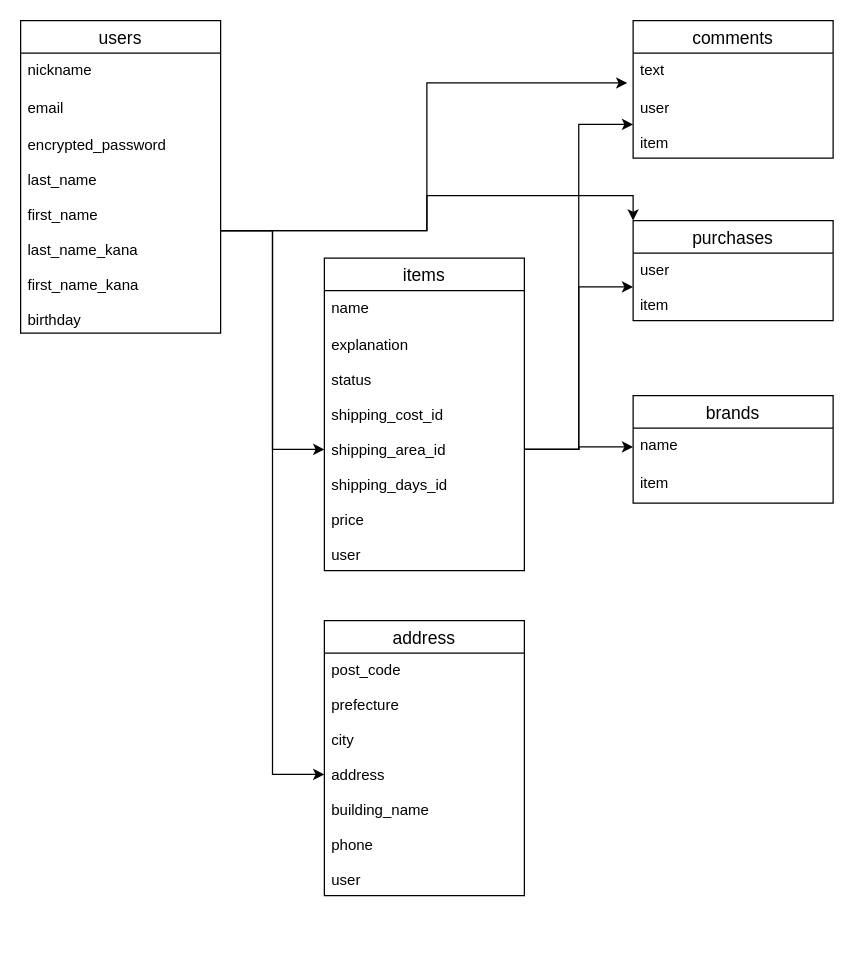
Above: ER.dio in takuyahori/furima-35655 (draw.io), before the change. Source tidied: cells renumbered, new cells numbered last; positions are measured from the earlier drawing's top-left corner, leaving out a move shared by most shapes. Both pictures are drawn from the tidied source at 125%, with x=0, y=0 at pixel (20, 20).
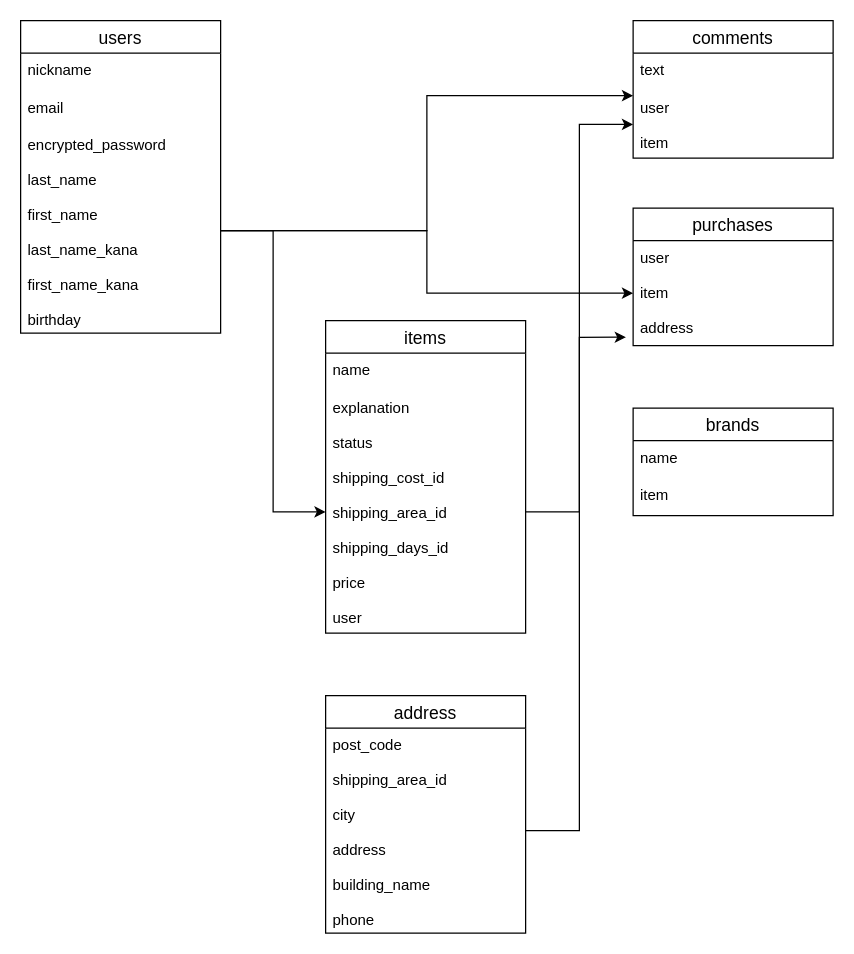
After the change.

Unchanged cells that the change refers to:
```xml
<mxCell id="5" value="encrypted_password&#10;&#10;last_name&#10;&#10;first_name&#10;&#10;last_name_kana&#10;&#10;first_name_kana&#10;&#10;birthday" style="text;strokeColor=none;fillColor=none;spacingLeft=4;spacingRight=4;overflow=hidden;points=[[0,0.5],[1,0.5]];portConstraint=eastwest;fontSize=12;" parent="2" vertex="1">
  <mxGeometry y="86" width="160" height="164" as="geometry" />
</mxCell>
<mxCell id="8" value="explanation&#10;&#10;status&#10;&#10;shipping_cost_id&#10;&#10;shipping_area_id&#10;&#10;shipping_days_id&#10;&#10;price&#10;&#10;user" style="text;strokeColor=none;fillColor=none;spacingLeft=4;spacingRight=4;overflow=hidden;points=[[0,0.5],[1,0.5]];portConstraint=eastwest;fontSize=12;" parent="6" vertex="1">
  <mxGeometry y="56" width="160" height="194" as="geometry" />
</mxCell>
<mxCell id="13" value="user&#10;&#10;item" style="text;strokeColor=none;fillColor=none;spacingLeft=4;spacingRight=4;overflow=hidden;points=[[0,0.5],[1,0.5]];portConstraint=eastwest;fontSize=12;" parent="11" vertex="1">
  <mxGeometry y="56" width="160" height="54" as="geometry" />
</mxCell>
<mxCell id="15" value="name" style="text;strokeColor=none;fillColor=none;spacingLeft=4;spacingRight=4;overflow=hidden;points=[[0,0.5],[1,0.5]];portConstraint=eastwest;fontSize=12;" parent="14" vertex="1">
  <mxGeometry y="26" width="160" height="30" as="geometry" />
</mxCell>
```

Change to the diagram source:
```diff
@@
     <mxCell id="6" value="items" style="swimlane;fontStyle=0;horizontal=1;startSize=26;align=center;fontSize=14;" parent="1" vertex="1">
-      <mxGeometry x="243" y="190" width="160" height="250" as="geometry" />
+      <mxGeometry x="244" y="240" width="160" height="250" as="geometry" />
     </mxCell>
@@
     <mxCell id="9" value="purchases" style="swimlane;fontStyle=0;horizontal=1;startSize=26;align=center;fontSize=14;" parent="1" vertex="1">
-      <mxGeometry x="490" y="160" width="160" height="80" as="geometry" />
+      <mxGeometry x="490" y="150" width="160" height="110" as="geometry" />
     </mxCell>
-    <mxCell id="10" value="user&#10;&#10;item" style="text;strokeColor=none;fillColor=none;spacingLeft=4;spacingRight=4;overflow=hidden;points=[[0,0.5],[1,0.5]];portConstraint=eastwest;fontSize=12;" parent="9" vertex="1">
-      <mxGeometry y="26" width="160" height="54" as="geometry" />
+    <mxCell id="10" value="user&#10;&#10;item&#10;&#10;address" style="text;strokeColor=none;fillColor=none;spacingLeft=4;spacingRight=4;overflow=hidden;points=[[0,0.5],[1,0.5]];portConstraint=eastwest;fontSize=12;" parent="9" vertex="1">
+      <mxGeometry y="26" width="160" height="84" as="geometry" />
     </mxCell>
@@
     <mxCell id="14" value="brands" style="swimlane;fontStyle=0;horizontal=1;startSize=26;align=center;fontSize=14;" parent="1" vertex="1">
-      <mxGeometry x="490" y="300" width="160" height="86" as="geometry" />
+      <mxGeometry x="490" y="310" width="160" height="86" as="geometry" />
     </mxCell>
@@
     <mxCell id="17" value="address" style="swimlane;fontStyle=0;horizontal=1;startSize=26;align=center;fontSize=14;" parent="1" vertex="1">
-      <mxGeometry x="243" y="480" width="160" height="220" as="geometry" />
+      <mxGeometry x="244" y="540" width="160" height="190" as="geometry" />
     </mxCell>
-    <mxCell id="18" value="post_code&#10;&#10;prefecture&#10;&#10;city&#10;&#10;address&#10;&#10;building_name&#10;&#10;phone&#10;&#10;user" style="text;strokeColor=none;fillColor=none;spacingLeft=4;spacingRight=4;overflow=hidden;points=[[0,0.5],[1,0.5]];portConstraint=eastwest;fontSize=12;" parent="17" vertex="1">
-      <mxGeometry y="26" width="160" height="194" as="geometry" />
+    <mxCell id="18" value="post_code&#10;&#10;shipping_area_id&#10;&#10;city&#10;&#10;address&#10;&#10;building_name&#10;&#10;phone" style="text;strokeColor=none;fillColor=none;spacingLeft=4;spacingRight=4;overflow=hidden;points=[[0,0.5],[1,0.5]];portConstraint=eastwest;fontSize=12;" parent="17" vertex="1">
+      <mxGeometry y="26" width="160" height="164" as="geometry" />
     </mxCell>
-    <mxCell id="19" style="edgeStyle=orthogonalEdgeStyle;rounded=0;jettySize=auto;html=1;exitX=1;exitY=0.5;exitDx=0;exitDy=0;entryX=-0.029;entryY=-0.114;entryDx=0;entryDy=0;entryPerimeter=0;" parent="1" edge="1" source="5" target="13">
+    <mxCell id="19" style="edgeStyle=orthogonalEdgeStyle;rounded=0;jettySize=auto;html=1;exitX=1;exitY=0.5;exitDx=0;exitDy=0;entryX=0;entryY=0.074;entryDx=0;entryDy=0;entryPerimeter=0;" parent="1" edge="1" source="5" target="13">
       <mxGeometry relative="1" as="geometry" />
     </mxCell>
-    <mxCell id="20" style="edgeStyle=orthogonalEdgeStyle;rounded=0;jettySize=auto;html=1;exitX=1;exitY=0.5;exitDx=0;exitDy=0;entryX=0;entryY=0;entryDx=0;entryDy=0;" parent="1" edge="1" source="5" target="9">
-      <mxGeometry relative="1" as="geometry" />
-    </mxCell>
+    <mxCell id="24" style="edgeStyle=orthogonalEdgeStyle;rounded=0;jettySize=auto;html=1;exitX=1;exitY=0.5;exitDx=0;exitDy=0;" parent="1" edge="1" source="5" target="8">
+      <mxGeometry relative="1" as="geometry" />
+    </mxCell>
+    <mxCell id="26" style="edgeStyle=orthogonalEdgeStyle;rounded=0;jettySize=auto;html=1;exitX=1;exitY=0.5;exitDx=0;exitDy=0;entryX=0;entryY=0.5;entryDx=0;entryDy=0;" parent="1" edge="1" source="5" target="10">
+      <mxGeometry relative="1" as="geometry" />
+    </mxCell>
+    <mxCell id="27" style="edgeStyle=orthogonalEdgeStyle;rounded=0;jettySize=auto;html=1;exitX=1;exitY=0.5;exitDx=0;exitDy=0;entryX=-0.036;entryY=0.92;entryDx=0;entryDy=0;entryPerimeter=0;" parent="1" edge="1" source="18" target="10">
+      <mxGeometry relative="1" as="geometry" />
+    </mxCell>
-    <mxCell id="21" style="edgeStyle=orthogonalEdgeStyle;rounded=0;jettySize=auto;html=1;exitX=1;exitY=0.5;exitDx=0;exitDy=0;" parent="1" edge="1" source="8" target="13">
+    <mxCell id="21" style="edgeStyle=orthogonalEdgeStyle;rounded=0;jettySize=auto;html=1;exitX=1;exitY=0.5;exitDx=0;exitDy=0;entryX=0;entryY=0.5;entryDx=0;entryDy=0;" parent="1" edge="1" source="8" target="13">
       <mxGeometry relative="1" as="geometry" />
     </mxCell>
-    <mxCell id="22" style="edgeStyle=orthogonalEdgeStyle;rounded=0;jettySize=auto;html=1;exitX=1;exitY=0.5;exitDx=0;exitDy=0;entryX=0;entryY=0.5;entryDx=0;entryDy=0;" parent="1" edge="1" source="8" target="10">
-      <mxGeometry relative="1" as="geometry" />
-    </mxCell>
-    <mxCell id="23" style="edgeStyle=orthogonalEdgeStyle;rounded=0;jettySize=auto;html=1;exitX=1;exitY=0.5;exitDx=0;exitDy=0;entryX=0;entryY=0.5;entryDx=0;entryDy=0;" parent="1" edge="1" source="8" target="15">
-      <mxGeometry relative="1" as="geometry" />
-    </mxCell>
-    <mxCell id="24" style="edgeStyle=orthogonalEdgeStyle;rounded=0;jettySize=auto;html=1;exitX=1;exitY=0.5;exitDx=0;exitDy=0;entryX=0;entryY=0.5;entryDx=0;entryDy=0;" parent="1" edge="1" source="5" target="8">
-      <mxGeometry relative="1" as="geometry" />
-    </mxCell>
-    <mxCell id="25" style="edgeStyle=orthogonalEdgeStyle;rounded=0;jettySize=auto;html=1;exitX=1;exitY=0.5;exitDx=0;exitDy=0;entryX=0;entryY=0.5;entryDx=0;entryDy=0;" parent="1" edge="1" source="5" target="18">
-      <mxGeometry relative="1" as="geometry" />
-    </mxCell>
```
